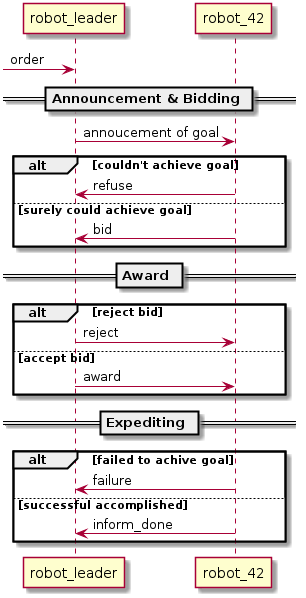
Before: documentation/coordination/contractNet.png, a diagram exported from PlantUML (MoritzKemp/smartFactory). Source of this version:
```plantuml
@startuml
[-> robot_leader : order
== Announcement & Bidding ==
robot_leader -> robot_42 : annoucement of goal

alt couldn't achieve goal
	robot_42 -> robot_leader : refuse
else surely could achieve goal
	robot_42 -> robot_leader : bid
end

== Award ==
alt reject bid
	robot_leader -> robot_42 : reject
else accept bid
	robot_leader -> robot_42 : award
end

== Expediting ==
alt failed to achive goal
	robot_42 -> robot_leader : failure
else successful accomplished
	robot_42 -> robot_leader : inform_done
end

@enduml
```
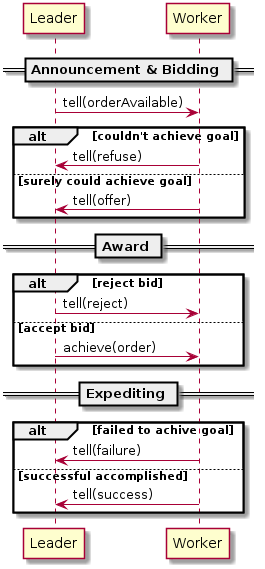
The same diagram one commit later.

The edit, as a diff of the source:
```diff
@@ -1,26 +1,26 @@
 @startuml
-[-> robot_leader : order
+
 == Announcement & Bidding ==
-robot_leader -> robot_42 : annoucement of goal
+Leader -> Worker : tell(orderAvailable)
 
 alt couldn't achieve goal
-	robot_42 -> robot_leader : refuse
+	Worker -> Leader : tell(refuse)
 else surely could achieve goal
-	robot_42 -> robot_leader : bid
+	Worker -> Leader : tell(offer)
 end
 
 == Award ==
 alt reject bid
-	robot_leader -> robot_42 : reject
+	Leader -> Worker : tell(reject)
 else accept bid
-	robot_leader -> robot_42 : award
+	Leader -> Worker : achieve(order)
 end
 
 == Expediting ==
 alt failed to achive goal
-	robot_42 -> robot_leader : failure
+	Worker -> Leader : tell(failure)
 else successful accomplished
-	robot_42 -> robot_leader : inform_done
+	Worker -> Leader : tell(success)
 end
 
 @enduml
```
